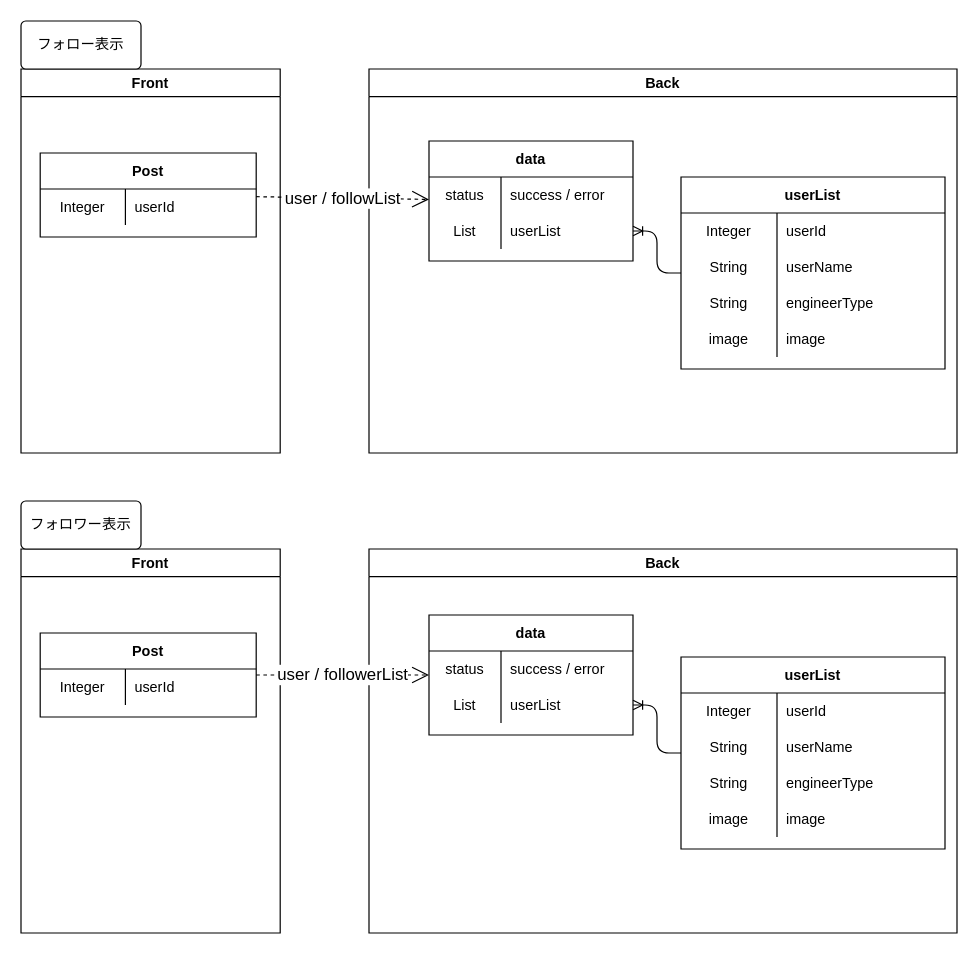
yusuke-rakus/Qiish keeps this draw.io diagram as page "フォロー・フォロワーリスト" (6 of 16) of Designs/基本設計.drawio. Above is the earlier version. Source tidied: cells renumbered, new cells numbered last; positions are measured from the earlier drawing's top-left corner, leaving out a move shared by most shapes. Both pictures are drawn from the tidied source at 120%, with x=0, y=0 at pixel (20, 20).
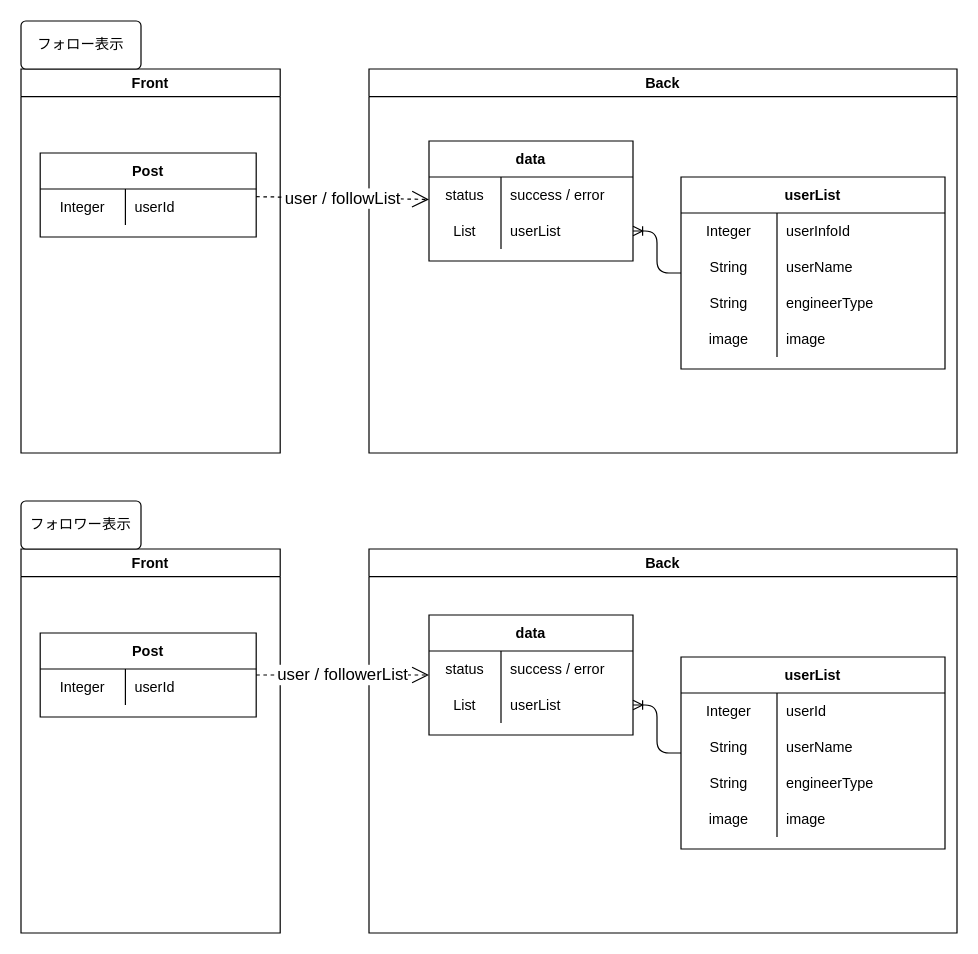
The same page after the edit.

The change refers to these unchanged cells:
```xml
<mxCell id="16" style="shape=partialRectangle;fillColor=none;top=0;left=0;bottom=0;right=0;" parent="15" vertex="1">
  <mxGeometry y="30" width="220" height="30" as="geometry" />
</mxCell>
```

Change to the diagram source:
```diff
@@
-    <mxCell id="18" value="userId" style="shape=partialRectangle;fillColor=none;top=0;left=0;bottom=0;right=0;align=left;spacingLeft=6;overflow=hidden;" parent="16" vertex="1">
+    <mxCell id="18" value="userInfoId" style="shape=partialRectangle;fillColor=none;top=0;left=0;bottom=0;right=0;align=left;spacingLeft=6;overflow=hidden;" parent="16" vertex="1">
       <mxGeometry x="80" width="140" height="30" as="geometry" />
     </mxCell>
```
